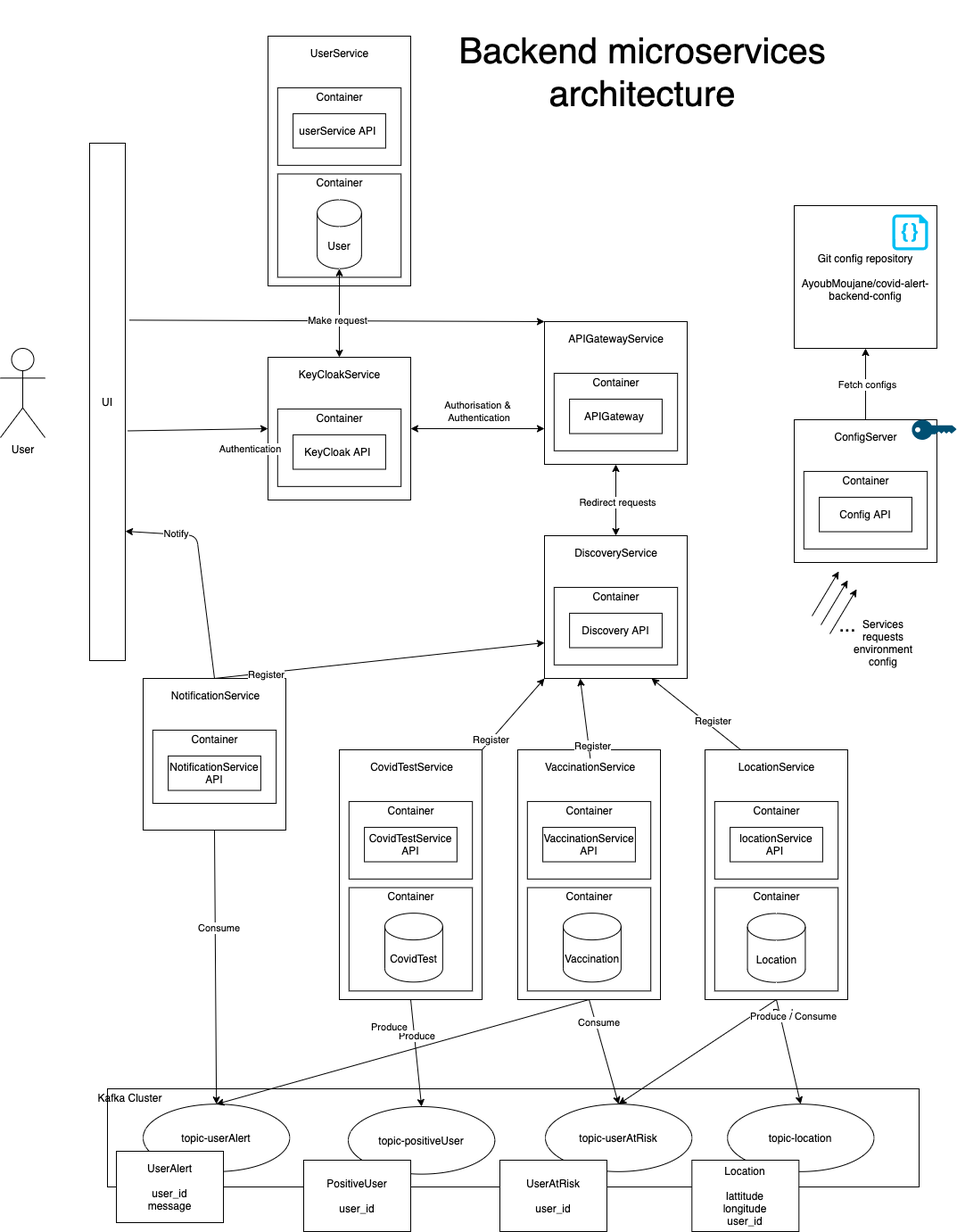
Above: documentation/backend-microservices-deployment-diagram.png in AyoubMoujane/covid-alert-services (draw.io), before the change. Source tidied: cells renumbered, new cells last; positions are measured from the earlier drawing's top-left corner, leaving out a move shared by most shapes.
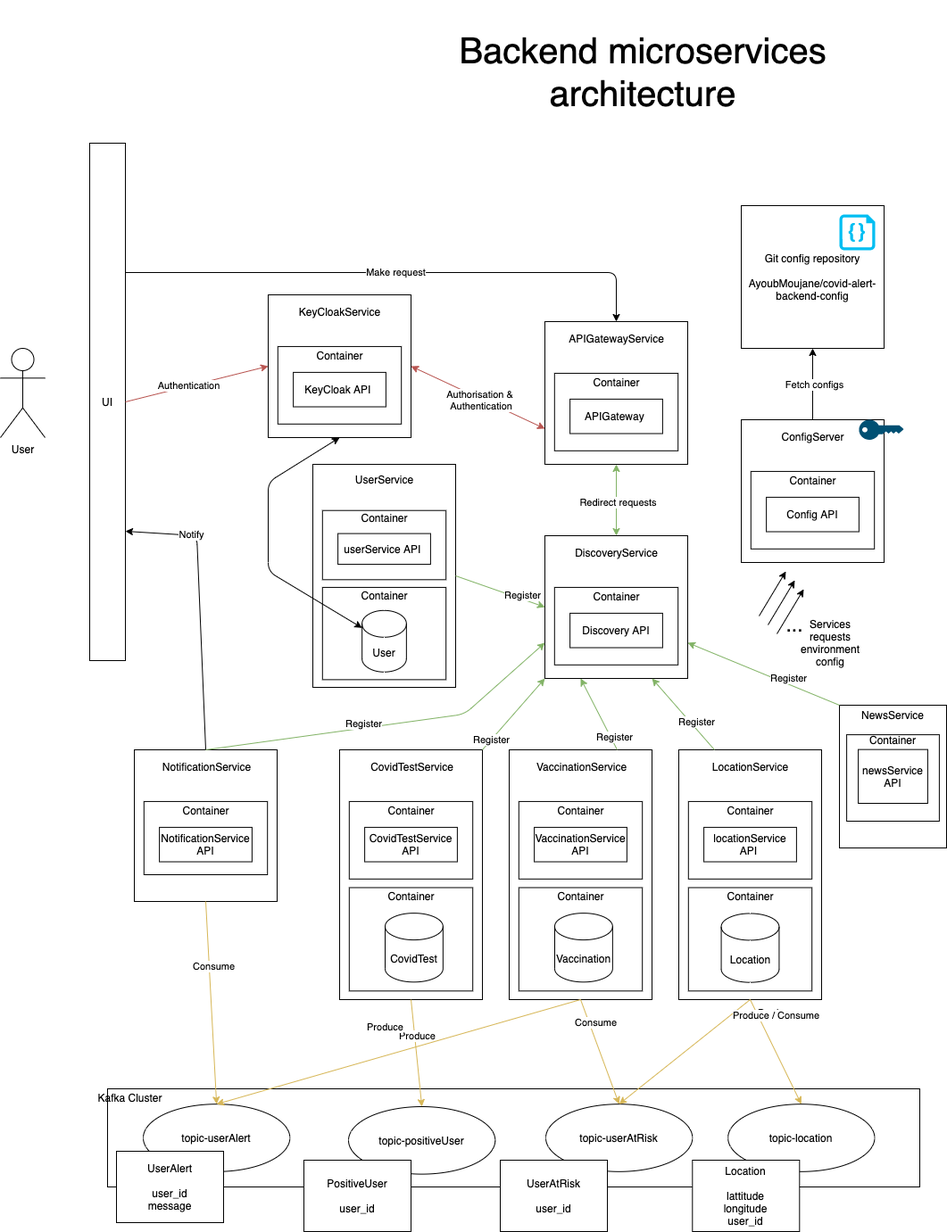
After the change.

Commit message:
added missing news service

Change to the diagram source:
```diff
@@ -15,30 +15,30 @@
     <mxCell id="4" style="group;" parent="1" vertex="1">
-      <mxGeometry x="300" y="40" width="160" height="280" as="geometry" />
+      <mxGeometry x="350" y="520" width="160" height="250" as="geometry" />
     </mxCell>
     <mxCell id="5" style="rounded=0;whiteSpace=wrap;html=1;" parent="4" vertex="1">
-      <mxGeometry width="160" height="280" as="geometry" />
+      <mxGeometry width="160" height="250" as="geometry" />
     </mxCell>
     <mxCell id="6" style="rounded=0;whiteSpace=wrap;html=1;" parent="4" vertex="1">
-      <mxGeometry x="10.8" y="57.9" width="138.4" height="86.9" as="geometry" />
+      <mxGeometry x="10.8" y="51.7" width="138.4" height="77.6" as="geometry" />
     </mxCell>
     <mxCell id="7" value="Container" style="text;html=1;strokeColor=none;fillColor=none;align=center;verticalAlign=middle;whiteSpace=wrap;rounded=0;" parent="4" vertex="1">
-      <mxGeometry x="62.7" y="57.9" width="34.6" height="19.3" as="geometry" />
+      <mxGeometry x="62.7" y="51.7" width="34.6" height="17.2" as="geometry" />
     </mxCell>
     <mxCell id="8" value="userService API&amp;nbsp;" style="rounded=0;whiteSpace=wrap;html=1;" parent="4" vertex="1">
-      <mxGeometry x="28.1" y="86.9" width="103.8" height="38.6" as="geometry" />
+      <mxGeometry x="28.1" y="77.6" width="103.8" height="34.5" as="geometry" />
     </mxCell>
     <mxCell id="9" style="rounded=0;whiteSpace=wrap;html=1;" parent="4" vertex="1">
-      <mxGeometry x="10.8" y="154.5" width="138.4" height="115.9" as="geometry" />
+      <mxGeometry x="10.8" y="137.9" width="138.4" height="103.4" as="geometry" />
     </mxCell>
     <mxCell id="10" value="Container" style="text;html=1;strokeColor=none;fillColor=none;align=center;verticalAlign=middle;whiteSpace=wrap;rounded=0;" parent="4" vertex="1">
-      <mxGeometry x="62.7" y="154.5" width="34.6" height="19.3" as="geometry" />
+      <mxGeometry x="62.7" y="137.9" width="34.6" height="17.2" as="geometry" />
     </mxCell>
     <mxCell id="11" value="User" style="shape=cylinder3;whiteSpace=wrap;html=1;boundedLbl=1;backgroundOutline=1;size=15;" parent="4" vertex="1">
-      <mxGeometry x="55.1" y="183.4" width="49.7" height="77.2" as="geometry" />
+      <mxGeometry x="55.1" y="163.8" width="49.7" height="69" as="geometry" />
     </mxCell>
     <mxCell id="12" value="UserService" style="text;html=1;strokeColor=none;fillColor=none;align=center;verticalAlign=middle;whiteSpace=wrap;rounded=0;" parent="4" vertex="1">
-      <mxGeometry x="62.7" y="9.7" width="34.6" height="19.3" as="geometry" />
+      <mxGeometry x="62.7" y="8.6" width="34.6" height="17.2" as="geometry" />
     </mxCell>
     <mxCell id="13" style="group;" parent="1" vertex="1">
-      <mxGeometry x="300" y="400" width="160" height="160" as="geometry" />
+      <mxGeometry x="300" y="330" width="160" height="160" as="geometry" />
     </mxCell>
@@ -95,3 +95,3 @@
     </mxCell>
-    <mxCell id="31" style="endArrow=classic;startArrow=classic;html=1;exitX=0.5;exitY=1;exitDx=0;exitDy=0;entryX=0.5;entryY=0;entryDx=0;entryDy=0;" parent="1" edge="1" source="20" target="26">
+    <mxCell id="31" style="endArrow=classic;startArrow=classic;html=1;exitX=0.5;exitY=1;exitDx=0;exitDy=0;entryX=0.5;entryY=0;entryDx=0;entryDy=0;fillColor=#d5e8d4;strokeColor=#82b366;gradientColor=#97d077;" parent="1" edge="1" source="20" target="26">
       <mxGeometry relative="1" as="geometry" />
@@ -102,3 +102,3 @@
     <mxCell id="33" style="group;" parent="1" vertex="1">
-      <mxGeometry x="790" y="840" width="160" height="280" as="geometry" />
+      <mxGeometry x="760" y="840" width="160" height="280" as="geometry" />
     </mxCell>
@@ -159,3 +159,3 @@
     <mxCell id="52" style="group;" parent="1" vertex="1">
-      <mxGeometry x="580" y="840" width="160" height="280" as="geometry" />
+      <mxGeometry x="570" y="840" width="160" height="280" as="geometry" />
     </mxCell>
@@ -189,3 +189,3 @@
     <mxCell id="62" style="group;" parent="1" vertex="1">
-      <mxGeometry x="160" y="650" width="160" height="280" as="geometry" />
+      <mxGeometry x="150" y="730" width="160" height="280" as="geometry" />
     </mxCell>
@@ -212,3 +212,3 @@
     </mxCell>
-    <mxCell id="70" value="Register" style="endArrow=classic;html=1;exitX=1;exitY=0;exitDx=0;exitDy=0;entryX=0;entryY=1;entryDx=0;entryDy=0;" parent="1" edge="1" source="44" target="26">
+    <mxCell id="70" value="Register" style="endArrow=classic;html=1;exitX=1;exitY=0;exitDx=0;exitDy=0;entryX=0;entryY=1;entryDx=0;entryDy=0;fillColor=#d5e8d4;strokeColor=#82b366;gradientColor=#97d077;" parent="1" edge="1" source="44" target="26">
       <mxGeometry x="-0.71" y="-1" relative="1" as="geometry">
@@ -217,11 +217,16 @@
     </mxCell>
-    <mxCell id="71" value="Register" style="endArrow=classic;html=1;exitX=0.5;exitY=0;exitDx=0;exitDy=0;entryX=0.25;entryY=1;entryDx=0;entryDy=0;" parent="1" edge="1" source="60" target="26">
-      <mxGeometry x="-0.69" y="-4" relative="1" as="geometry" />
+    <mxCell id="71" value="Register" style="endArrow=classic;html=1;entryX=0.25;entryY=1;entryDx=0;entryDy=0;fillColor=#d5e8d4;strokeColor=#82b366;gradientColor=#97d077;" parent="1" edge="1" target="26">
+      <mxGeometry x="-0.69" y="-4" relative="1" as="geometry">
+        <mxPoint x="691" y="840" as="sourcePoint" />
+      </mxGeometry>
     </mxCell>
-    <mxCell id="72" value="Register" style="endArrow=classic;html=1;exitX=0.5;exitY=0;exitDx=0;exitDy=0;entryX=0;entryY=0.75;entryDx=0;entryDy=0;" parent="1" edge="1" source="63" target="26">
-      <mxGeometry x="-0.69" y="-3" relative="1" as="geometry">
-        <mxPoint y="-1" as="offset" />
+    <mxCell id="72" value="Register" style="endArrow=classic;html=1;exitX=0.5;exitY=0;exitDx=0;exitDy=0;entryX=0;entryY=0.75;entryDx=0;entryDy=0;fillColor=#d5e8d4;strokeColor=#82b366;gradientColor=#97d077;" parent="1" edge="1" source="63" target="26">
+      <mxGeometry x="-0.13" y="4" relative="1" as="geometry">
+        <Array as="points">
+          <mxPoint x="520" y="800" />
+        </Array>
+        <mxPoint x="-1" as="offset" />
       </mxGeometry>
     </mxCell>
-    <mxCell id="73" style="endArrow=classic;html=1;exitX=0.25;exitY=0;exitDx=0;exitDy=0;entryX=0.75;entryY=1;entryDx=0;entryDy=0;" parent="1" edge="1" source="34" target="26">
+    <mxCell id="73" style="endArrow=classic;html=1;exitX=0.25;exitY=0;exitDx=0;exitDy=0;entryX=0.75;entryY=1;entryDx=0;entryDy=0;fillColor=#d5e8d4;strokeColor=#82b366;gradientColor=#97d077;" parent="1" edge="1" source="34" target="26">
       <mxGeometry relative="1" as="geometry" />
@@ -266,6 +271,6 @@
     </mxCell>
-    <mxCell id="86" value="Produce" style="endArrow=classic;html=1;exitX=0.5;exitY=1;exitDx=0;exitDy=0;entryX=0.5;entryY=0;entryDx=0;entryDy=0;" parent="1" edge="1" source="44" target="77">
+    <mxCell id="86" value="Produce" style="endArrow=classic;html=1;exitX=0.5;exitY=1;exitDx=0;exitDy=0;entryX=0.5;entryY=0;entryDx=0;entryDy=0;gradientColor=#ffd966;fillColor=#fff2cc;strokeColor=#d6b656;" parent="1" edge="1" source="44" target="77">
       <mxGeometry x="-0.31" y="3" relative="1" as="geometry" />
     </mxCell>
-    <mxCell id="87" style="endArrow=classic;html=1;entryX=0.5;entryY=0;entryDx=0;entryDy=0;exitX=0.5;exitY=1;exitDx=0;exitDy=0;" parent="1" edge="1" source="54" target="78">
+    <mxCell id="87" style="endArrow=classic;html=1;entryX=0.5;entryY=0;entryDx=0;entryDy=0;exitX=0.5;exitY=1;exitDx=0;exitDy=0;fillColor=#fff2cc;strokeColor=#d6b656;gradientColor=#ffd966;" parent="1" edge="1" source="54" target="78">
       <mxGeometry relative="1" as="geometry" />
@@ -277,3 +282,3 @@
     </mxCell>
-    <mxCell id="89" style="endArrow=classic;html=1;exitX=0.5;exitY=1;exitDx=0;exitDy=0;entryX=0.5;entryY=0;entryDx=0;entryDy=0;" parent="1" edge="1" source="34" target="78">
+    <mxCell id="89" style="endArrow=classic;html=1;exitX=0.5;exitY=1;exitDx=0;exitDy=0;entryX=0.5;entryY=0;entryDx=0;entryDy=0;fillColor=#fff2cc;strokeColor=#d6b656;gradientColor=#ffd966;" parent="1" edge="1" source="34" target="78">
       <mxGeometry relative="1" as="geometry" />
@@ -285,3 +290,3 @@
     </mxCell>
-    <mxCell id="91" style="endArrow=classic;html=1;exitX=0.5;exitY=1;exitDx=0;exitDy=0;entryX=0.5;entryY=0;entryDx=0;entryDy=0;" parent="1" edge="1" source="54" target="83">
+    <mxCell id="91" style="endArrow=classic;html=1;exitX=0.5;exitY=1;exitDx=0;exitDy=0;entryX=0.5;entryY=0;entryDx=0;entryDy=0;gradientColor=#ffd966;fillColor=#fff2cc;strokeColor=#d6b656;" parent="1" edge="1" source="54" target="83">
       <mxGeometry relative="1" as="geometry" />
@@ -293,3 +298,3 @@
     </mxCell>
-    <mxCell id="93" style="endArrow=classic;html=1;exitX=0.5;exitY=1;exitDx=0;exitDy=0;entryX=0.5;entryY=0;entryDx=0;entryDy=0;" parent="1" edge="1" source="63" target="83">
+    <mxCell id="93" style="endArrow=classic;html=1;exitX=0.5;exitY=1;exitDx=0;exitDy=0;entryX=0.5;entryY=0;entryDx=0;entryDy=0;gradientColor=#ffd966;fillColor=#fff2cc;strokeColor=#d6b656;" parent="1" edge="1" source="63" target="83">
       <mxGeometry relative="1" as="geometry" />
@@ -301,3 +306,3 @@
     </mxCell>
-    <mxCell id="95" style="endArrow=classic;html=1;entryX=0.5;entryY=0;entryDx=0;entryDy=0;exitX=0.5;exitY=1;exitDx=0;exitDy=0;" parent="1" edge="1" source="34" target="79">
+    <mxCell id="95" style="endArrow=classic;html=1;entryX=0.5;entryY=0;entryDx=0;entryDy=0;exitX=0.5;exitY=1;exitDx=0;exitDy=0;fillColor=#fff2cc;strokeColor=#d6b656;gradientColor=#ffd966;" parent="1" edge="1" source="34" target="79">
       <mxGeometry relative="1" as="geometry" />
@@ -309,3 +314,3 @@
     </mxCell>
-    <mxCell id="97" style="endArrow=classic;html=1;exitX=1.067;exitY=0.556;exitDx=0;exitDy=0;exitPerimeter=0;entryX=0;entryY=0.5;entryDx=0;entryDy=0;" parent="1" edge="1" source="68" target="14">
+    <mxCell id="97" style="endArrow=classic;html=1;entryX=0;entryY=0.5;entryDx=0;entryDy=0;exitX=1;exitY=0.5;exitDx=0;exitDy=0;gradientColor=#ea6b66;fillColor=#f8cecc;strokeColor=#b85450;" parent="1" edge="1" source="68" target="14">
       <mxGeometry relative="1" as="geometry" />
@@ -314,7 +319,12 @@
       <mxGeometry x="-0.5" y="3" relative="1" as="geometry">
-        <mxPoint x="97" y="23" as="offset" />
+        <mxPoint x="30" y="-6" as="offset" />
       </mxGeometry>
     </mxCell>
-    <mxCell id="99" style="endArrow=classic;startArrow=classic;html=1;exitX=0.5;exitY=0;exitDx=0;exitDy=0;" parent="1" edge="1" source="14" target="11">
-      <mxGeometry relative="1" as="geometry" />
+    <mxCell id="99" style="endArrow=classic;startArrow=classic;html=1;exitX=0.5;exitY=1;exitDx=0;exitDy=0;" parent="1" edge="1" source="14" target="11">
+      <mxGeometry relative="1" as="geometry">
+        <Array as="points">
+          <mxPoint x="300" y="540" />
+          <mxPoint x="300" y="640" />
+        </Array>
+      </mxGeometry>
     </mxCell>
@@ -323,7 +333,11 @@
     </mxCell>
-    <mxCell id="101" value="Make request" style="endArrow=classic;html=1;exitX=1.114;exitY=0.342;exitDx=0;exitDy=0;exitPerimeter=0;entryX=0;entryY=0;entryDx=0;entryDy=0;" parent="1" edge="1" source="68" target="20">
-      <mxGeometry relative="1" as="geometry" />
+    <mxCell id="101" value="Make request" style="endArrow=classic;html=1;exitX=1;exitY=0.25;exitDx=0;exitDy=0;entryX=0.5;entryY=0;entryDx=0;entryDy=0;" parent="1" edge="1" source="68" target="20">
+      <mxGeometry relative="1" as="geometry">
+        <Array as="points">
+          <mxPoint x="690" y="305" />
+        </Array>
+      </mxGeometry>
     </mxCell>
     <mxCell id="102" style="group;" parent="1" vertex="1">
-      <mxGeometry x="890" y="470" width="181.9" height="160" as="geometry" />
+      <mxGeometry x="830" y="470" width="181.9" height="160" as="geometry" />
     </mxCell>
@@ -348,3 +362,3 @@
     <mxCell id="109" value="Git config repository&lt;br&gt;&lt;br&gt;AyoubMoujane/covid-alert-backend-config" style="rounded=0;whiteSpace=wrap;html=1;" parent="1" vertex="1">
-      <mxGeometry x="890" y="230" width="160" height="160" as="geometry" />
+      <mxGeometry x="830" y="230" width="160" height="160" as="geometry" />
     </mxCell>
@@ -356,7 +370,9 @@
     </mxCell>
-    <mxCell id="112" style="endArrow=classic;startArrow=classic;html=1;entryX=0;entryY=0.75;entryDx=0;entryDy=0;exitX=1;exitY=0.5;exitDx=0;exitDy=0;" parent="1" edge="1" source="14" target="20">
+    <mxCell id="112" style="endArrow=classic;startArrow=classic;html=1;entryX=0;entryY=0.75;entryDx=0;entryDy=0;exitX=1;exitY=0.5;exitDx=0;exitDy=0;gradientColor=#ea6b66;fillColor=#f8cecc;strokeColor=#b85450;" parent="1" edge="1" source="14" target="20">
       <mxGeometry relative="1" as="geometry" />
     </mxCell>
-    <mxCell id="113" value="&lt;span style=&quot;font-size: 11px&quot;&gt;Authorisation &amp;amp;&lt;br&gt;&amp;nbsp;Authentication&lt;/span&gt;" style="text;html=1;align=center;verticalAlign=middle;strokeColor=none;" parent="1" vertex="1">
-      <mxGeometry x="490" y="440" width="90" height="40" as="geometry" />
+    <mxCell id="113" value="Authorisation &amp;amp;&lt;br&gt;&amp;nbsp;Authentication" style="edgeLabel;html=1;align=center;verticalAlign=middle;" parent="112" vertex="1">
+      <mxGeometry x="-0.66" y="-1" relative="1" as="geometry">
+        <mxPoint x="51" y="24" as="offset" />
+      </mxGeometry>
     </mxCell>
@@ -364,4 +380,4 @@
       <mxGeometry relative="1" as="geometry">
-        <mxPoint x="910" y="690" as="sourcePoint" />
-        <mxPoint x="940" y="640" as="targetPoint" />
+        <mxPoint x="850" y="690" as="sourcePoint" />
+        <mxPoint x="880" y="640" as="targetPoint" />
       </mxGeometry>
@@ -369,9 +385,9 @@
     <mxCell id="115" value="Services requests environment config" style="text;html=1;strokeColor=none;fillColor=none;align=center;verticalAlign=middle;whiteSpace=wrap;rounded=0;" parent="1" vertex="1">
-      <mxGeometry x="970" y="710" width="40" height="20" as="geometry" />
+      <mxGeometry x="910" y="710" width="40" height="20" as="geometry" />
     </mxCell>
     <mxCell id="116" value="&lt;font style=&quot;font-size: 23px&quot;&gt;...&lt;/font&gt;" style="text;html=1;strokeColor=none;fillColor=none;align=center;verticalAlign=middle;whiteSpace=wrap;rounded=0;rotation=0;" parent="1" vertex="1">
-      <mxGeometry x="930" y="690" width="40" height="20" as="geometry" />
+      <mxGeometry x="870" y="690" width="40" height="20" as="geometry" />
     </mxCell>
     <mxCell id="117" style="verticalLabelPosition=bottom;html=1;verticalAlign=top;align=center;strokeColor=none;fillColor=#00BEF2;shape=mxgraph.azure.code_file;" parent="1" vertex="1">
-      <mxGeometry x="1000" y="240" width="40" height="40" as="geometry" />
+      <mxGeometry x="940" y="240" width="40" height="40" as="geometry" />
     </mxCell>
@@ -379,4 +395,4 @@
       <mxGeometry relative="1" as="geometry">
-        <mxPoint x="920" y="700" as="sourcePoint" />
-        <mxPoint x="950" y="650" as="targetPoint" />
+        <mxPoint x="860" y="700" as="sourcePoint" />
+        <mxPoint x="890" y="650" as="targetPoint" />
       </mxGeometry>
@@ -385,6 +401,38 @@
       <mxGeometry relative="1" as="geometry">
-        <mxPoint x="930" y="710" as="sourcePoint" />
-        <mxPoint x="960" y="660" as="targetPoint" />
+        <mxPoint x="870" y="710" as="sourcePoint" />
+        <mxPoint x="900" y="660" as="targetPoint" />
       </mxGeometry>
     </mxCell>
+    <mxCell id="120" style="endArrow=classic;html=1;exitX=1;exitY=0.5;exitDx=0;exitDy=0;entryX=0;entryY=0.5;entryDx=0;entryDy=0;fillColor=#d5e8d4;strokeColor=#82b366;gradientColor=#97d077;" parent="1" edge="1" source="5" target="26">
+      <mxGeometry relative="1" as="geometry" />
+    </mxCell>
+    <mxCell id="121" value="Register" style="edgeLabel;html=1;align=center;verticalAlign=middle;" parent="120" vertex="1">
+      <mxGeometry x="0.46" y="4" relative="1" as="geometry" />
+    </mxCell>
+    <mxCell id="122" style="group;" parent="1" vertex="1">
+      <mxGeometry x="940" y="790" width="120" height="160" as="geometry" />
+    </mxCell>
+    <mxCell id="123" style="rounded=0;whiteSpace=wrap;html=1;" parent="122" vertex="1">
+      <mxGeometry width="120" height="160" as="geometry" />
+    </mxCell>
+    <mxCell id="124" style="rounded=0;whiteSpace=wrap;html=1;" parent="122" vertex="1">
+      <mxGeometry x="8.1" y="33.1" width="103.8" height="96.9" as="geometry" />
+    </mxCell>
+    <mxCell id="125" value="Container" style="text;html=1;strokeColor=none;fillColor=none;align=center;verticalAlign=middle;whiteSpace=wrap;rounded=0;" parent="122" vertex="1">
+      <mxGeometry x="47" y="33.1" width="25.9" height="11" as="geometry" />
+    </mxCell>
+    <mxCell id="126" value="newsService API" style="rounded=0;whiteSpace=wrap;html=1;" parent="122" vertex="1">
+      <mxGeometry x="21.1" y="49.7" width="77.8" height="60.3" as="geometry" />
+    </mxCell>
+    <mxCell id="127" value="NewsService" style="text;html=1;strokeColor=none;fillColor=none;align=center;verticalAlign=middle;whiteSpace=wrap;rounded=0;" parent="122" vertex="1">
+      <mxGeometry x="47" y="5.5" width="25.9" height="11" as="geometry" />
+    </mxCell>
+    <mxCell id="128" style="endArrow=classic;html=1;exitX=0;exitY=0;exitDx=0;exitDy=0;entryX=1;entryY=0.75;entryDx=0;entryDy=0;fillColor=#d5e8d4;strokeColor=#82b366;gradientColor=#97d077;" parent="1" edge="1" source="123" target="26">
+      <mxGeometry relative="1" as="geometry" />
+    </mxCell>
+    <mxCell id="129" value="Register" style="edgeLabel;html=1;align=center;verticalAlign=middle;" parent="128" vertex="1">
+      <mxGeometry x="-0.3" y="-5" relative="1" as="geometry">
+        <mxPoint y="-1" as="offset" />
+      </mxGeometry>
+    </mxCell>
   </root>
```
